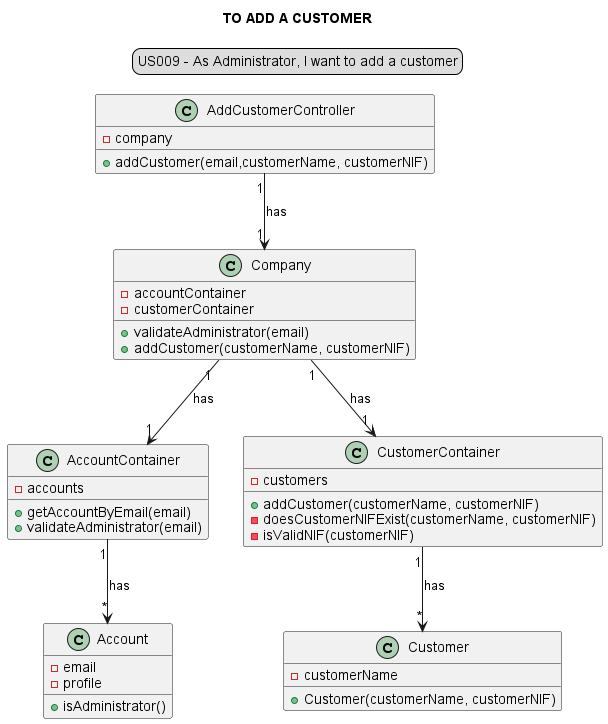
Earlier version of the PlantUML export docs/modelling_design/user_stories/sprint02/us009/US009_classDiagram-TO_ADD_A_CUSTOMER.png (Loracline/project_switch_22-23). Its diagram source:
```plantuml
@startuml
skinparam sequenceMessageAlign center
title TO ADD A CUSTOMER
legend top
US009 - As Administrator, I want to add a customer
end legend
class "AddCustomerController" {
-company
+addCustomer(email,customerName, customerNIF)
}
class "Company"{
-accountContainer
-customerContainer
+validateAdministrator(email)
+addCustomer(customerName, customerNIF)
}
class "AccountContainer"{
-accounts
+getAccountByEmail(email)
+validateAdministrator(email)
}
class "Account"{
-email
- profile
+isAdministrator()
}
class "CustomerContainer"{
-customers
+addCustomer(customerName, customerNIF)
-doesCustomerNIFExist(customerName, customerNIF)
- isValidNIF(customerNIF)
}
class "Customer"{
-customerName
+Customer(customerName, customerNIF)
}
"AddCustomerController" "1"-->"1" "Company" : has
"Company" "1"-->"1" "CustomerContainer": has
"Company" "1"-->"1" "AccountContainer": has
"CustomerContainer" "1"-->"*" "Customer": has
"AccountContainer" "1" --> "*" "Account": has
@enduml
```
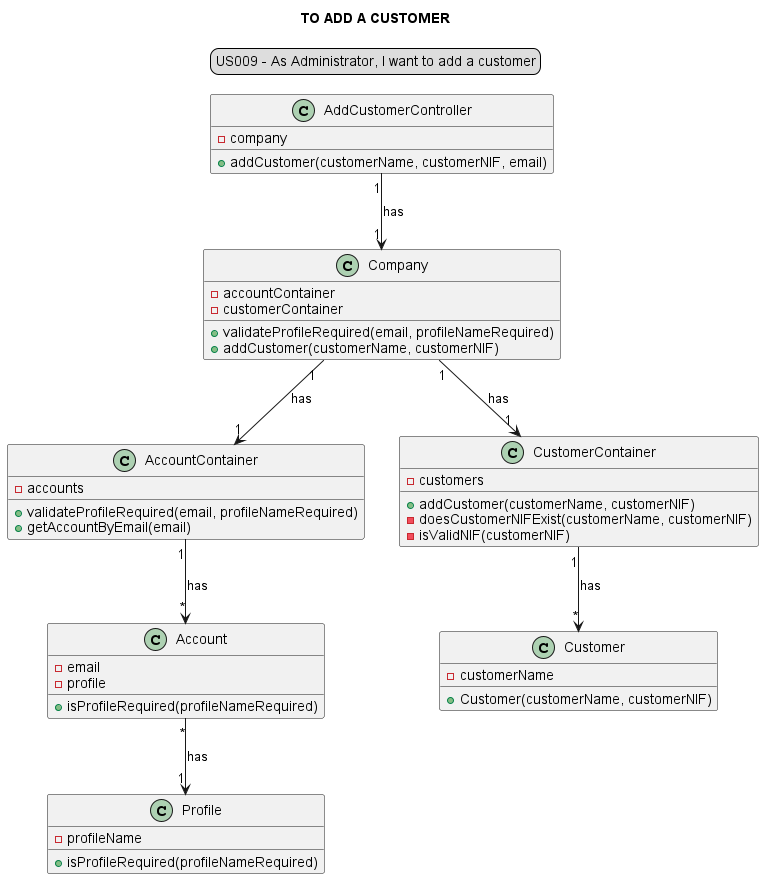
The same file after the commit.

Diff of the diagram source:
```diff
@@ -4,39 +4,52 @@
 legend top
 US009 - As Administrator, I want to add a customer
 end legend
+
 class "AddCustomerController" {
 -company
-+addCustomer(email,customerName, customerNIF)
++addCustomer(customerName, customerNIF, email)
 }
+
 class "Company"{
 -accountContainer
 -customerContainer
-+validateAdministrator(email)
++validateProfileRequired(email, profileNameRequired)
 +addCustomer(customerName, customerNIF)
 }
+
 class "AccountContainer"{
 -accounts
++validateProfileRequired(email, profileNameRequired)
 +getAccountByEmail(email)
-+validateAdministrator(email)
 }
+
 class "Account"{
 -email
 - profile
-+isAdministrator()
++isProfileRequired(profileNameRequired)
 }
+
+class Profile{
+-profileName
++isProfileRequired(profileNameRequired)
+}
+
 class "CustomerContainer"{
 -customers
 +addCustomer(customerName, customerNIF)
 -doesCustomerNIFExist(customerName, customerNIF)
 - isValidNIF(customerNIF)
 }
+
 class "Customer"{
 -customerName
 +Customer(customerName, customerNIF)
 }
+
 "AddCustomerController" "1"-->"1" "Company" : has
 "Company" "1"-->"1" "CustomerContainer": has
 "Company" "1"-->"1" "AccountContainer": has
 "CustomerContainer" "1"-->"*" "Customer": has
 "AccountContainer" "1" --> "*" "Account": has
+"Account" "*"-->"1" "Profile" : has
 @enduml
```
